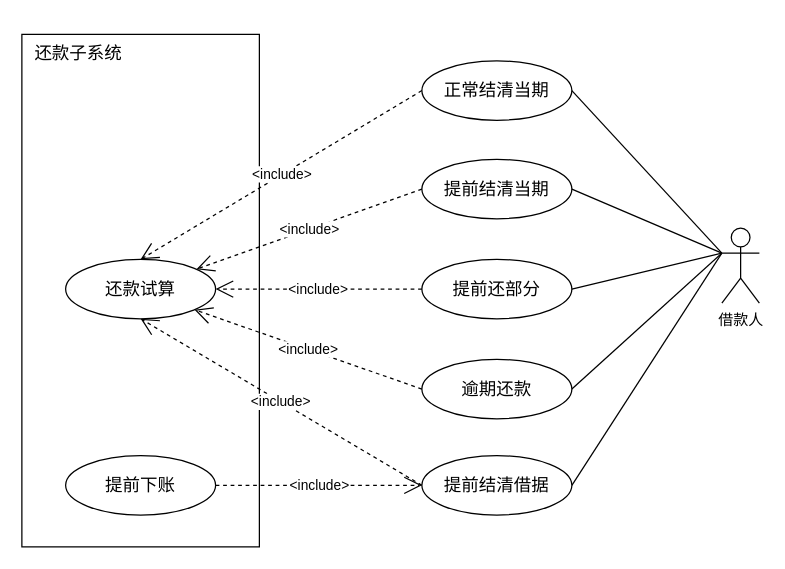
This is 还款试算用例图.drawio from wuxiao-web/graduationThesis, a draw.io file, before an edit. Source tidied: cells renumbered, new cells numbered last; positions are measured from the earlier drawing's top-left corner, leaving out a move shared by most shapes. Both pictures are drawn from the tidied source at 125%, with x=0, y=0 at pixel (21, 34).
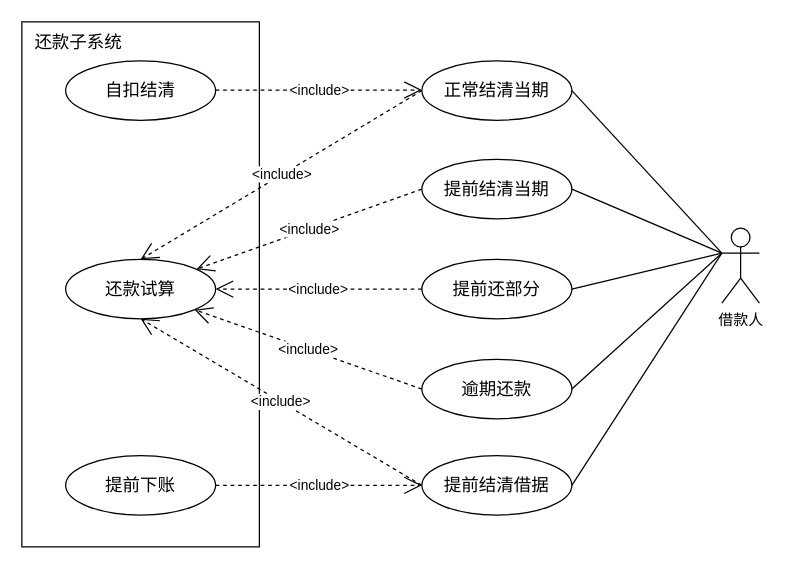
The same page after the edit.

Commit message (it also covers changes not shown here):
更新还款试算用例图.drawio

What changed in the source:
```diff
@@
     <mxCell id="5" style="html=1;whiteSpace=wrap;" parent="1" vertex="1">
-      <mxGeometry width="190" height="410" as="geometry" />
+      <mxGeometry y="-10" width="190" height="420" as="geometry" />
     </mxCell>
     <mxCell id="6" value="&lt;font style=&quot;font-size: 14px;&quot;&gt;还款子系统&lt;/font&gt;" style="text;html=1;align=center;verticalAlign=middle;strokeColor=none;fillColor=none;" parent="1" vertex="1">
-      <mxGeometry width="90" height="30" as="geometry" />
+      <mxGeometry y="-8.8" width="90" height="30" as="geometry" />
     </mxCell>
@@
+    <mxCell id="23" value="&lt;span style=&quot;font-size: 14px;&quot;&gt;自扣结清&lt;/span&gt;" style="ellipse;whiteSpace=wrap;html=1;" parent="1" vertex="1">
+      <mxGeometry x="35" y="21.2" width="120" height="47.5" as="geometry" />
+    </mxCell>
+    <mxCell id="24" value="&amp;lt;include&amp;gt;" style="endArrow=open;endSize=12;dashed=1;html=1;rounded=0;exitX=1;exitY=0.5;exitDx=0;exitDy=0;entryX=0;entryY=0.5;entryDx=0;entryDy=0;" parent="1" edge="1">
+      <mxGeometry relative="1" as="geometry">
+        <mxPoint x="155" y="44.5" as="sourcePoint" />
+        <mxPoint x="320" y="44.5" as="targetPoint" />
+      </mxGeometry>
+    </mxCell>
```
